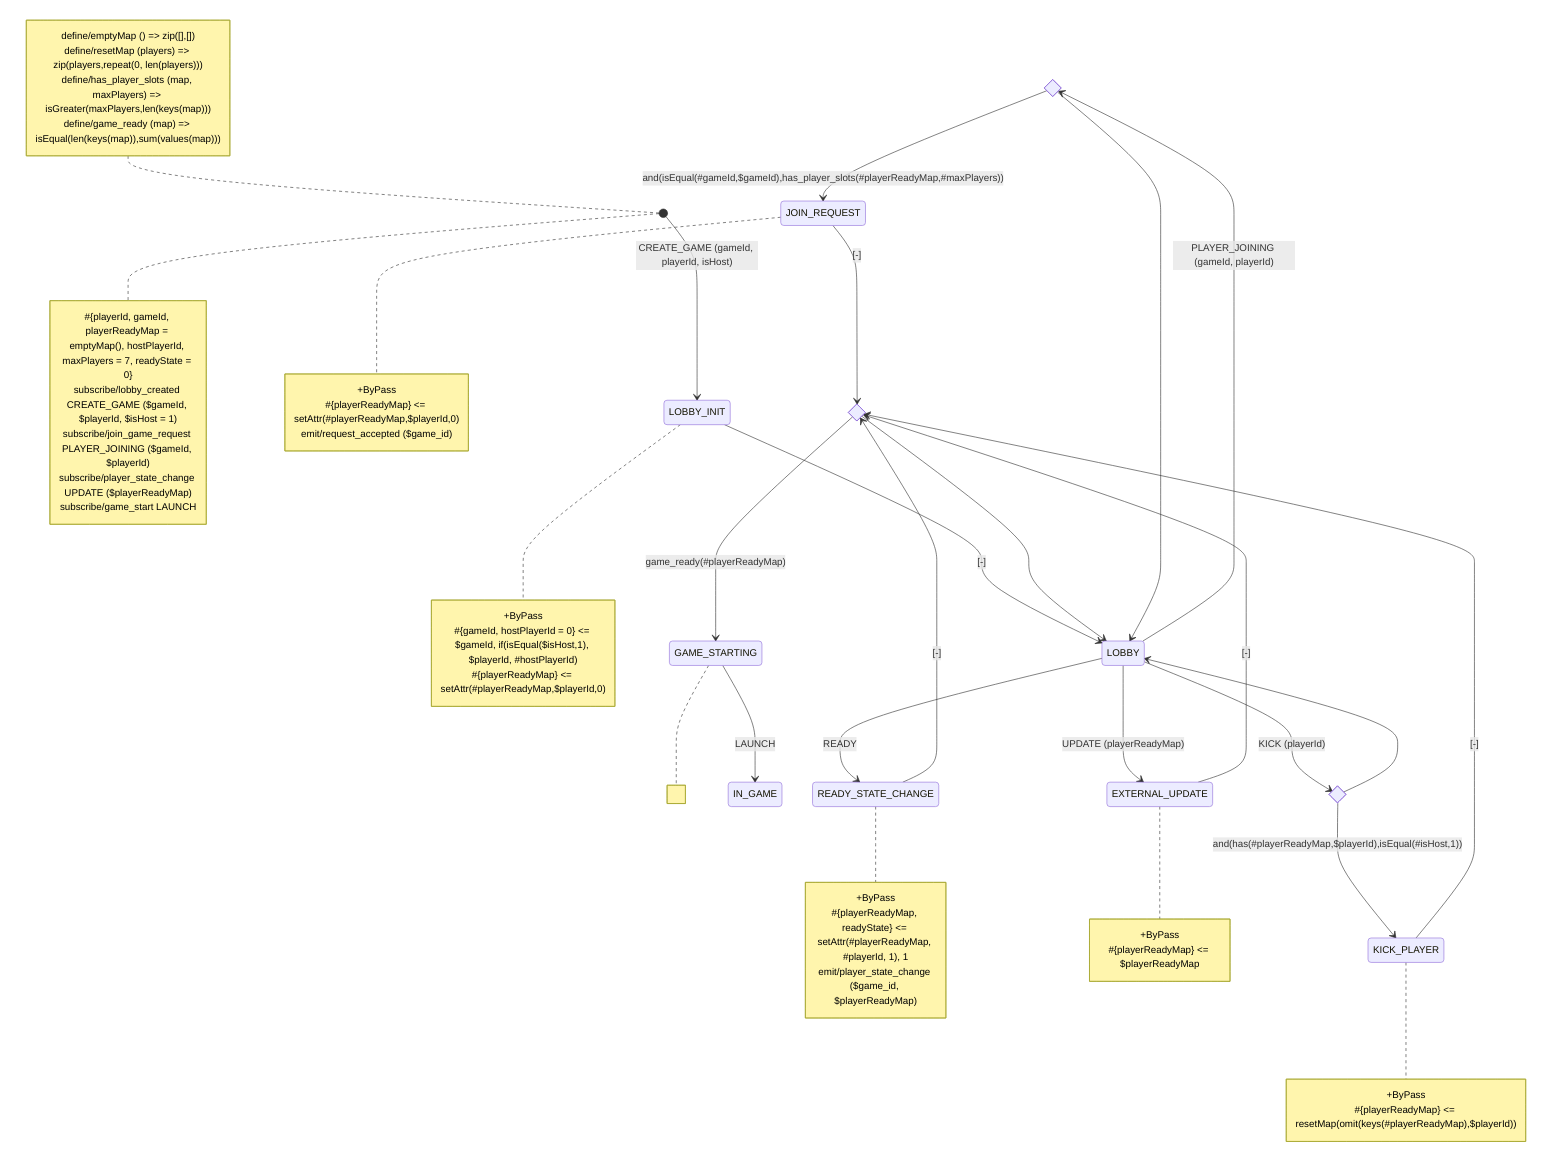
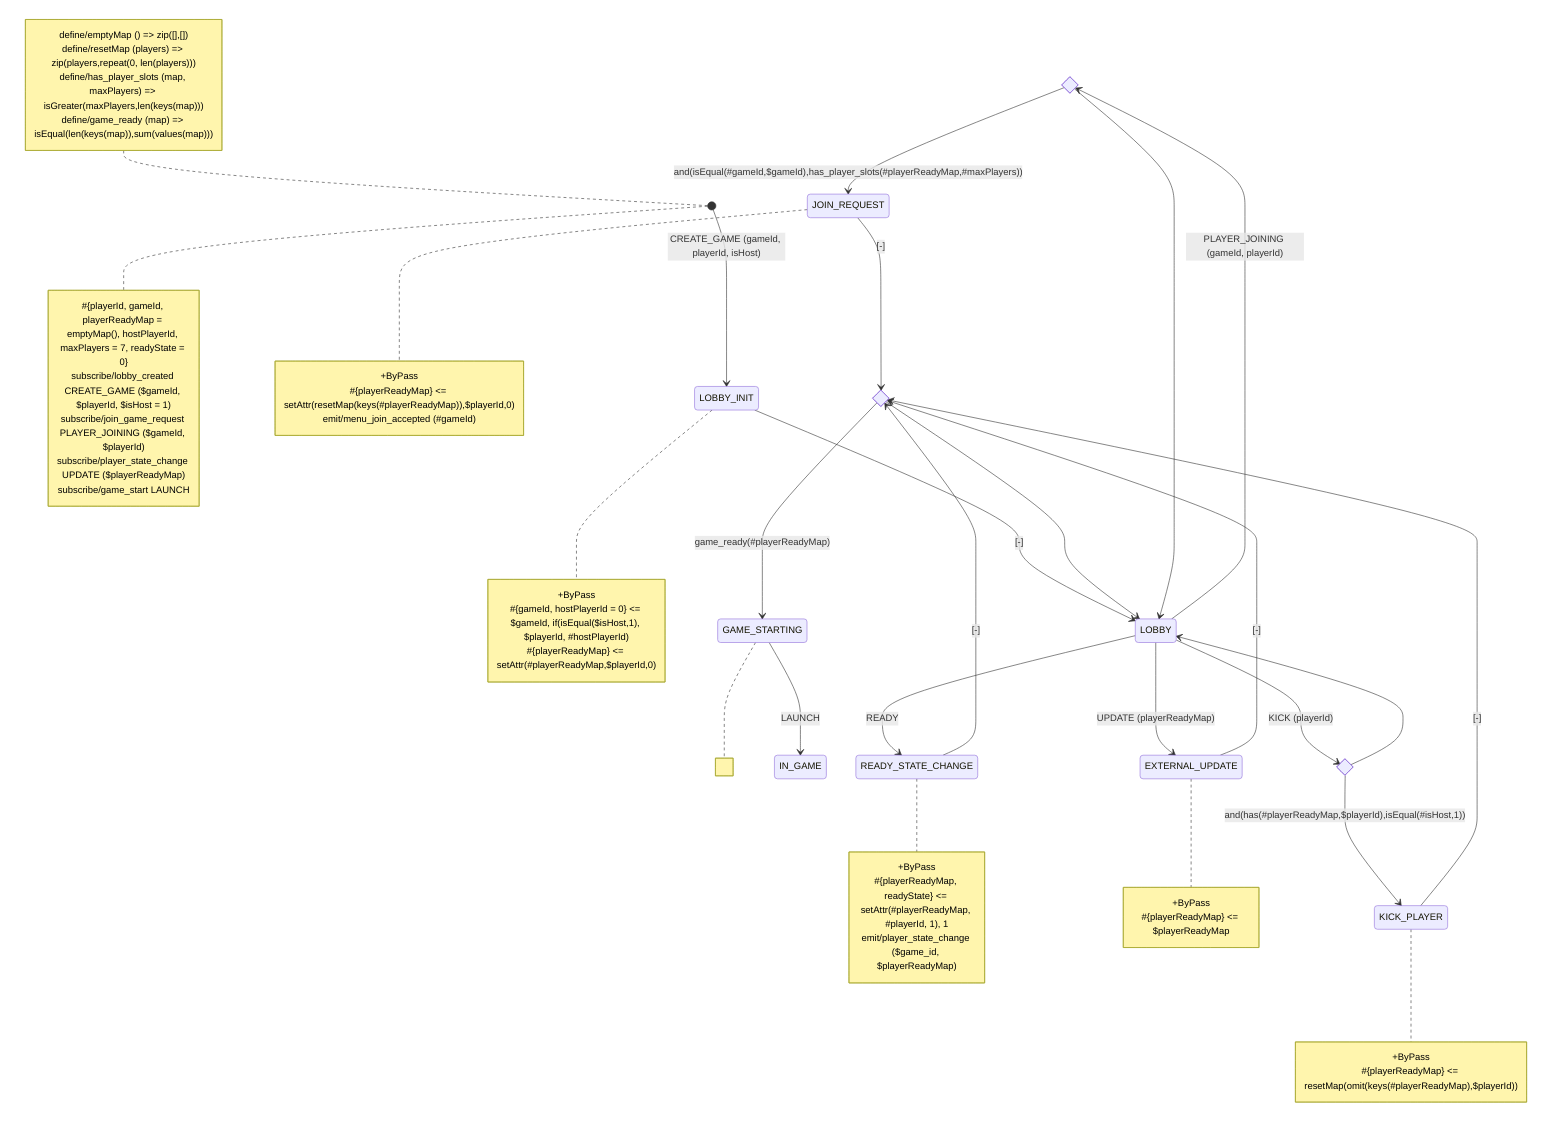
stateDiagram-v2
    state hasSpace <<choice>>
    state canKick <<choice>>
    state gameReady <<choice>>
    [*] --> LOBBY_INIT: CREATE_GAME (gameId, playerId, isHost)
    LOBBY --> hasSpace: PLAYER_JOINING (gameId, playerId)
    hasSpace --> JOIN_REQUEST: and(isEqual(#gameId,$gameId),has_player_slots(#playerReadyMap,#maxPlayers))
    LOBBY_INIT --> LOBBY: [-]
    LOBBY --> EXTERNAL_UPDATE: UPDATE (playerReadyMap)
    LOBBY-->canKick: KICK (playerId)
    canKick-->KICK_PLAYER: and(has(#playerReadyMap,$playerId),isEqual(#isHost,1))
    KICK_PLAYER-->gameReady: [-]
    LOBBY --> READY_STATE_CHANGE: READY
    READY_STATE_CHANGE --> gameReady: [-]
    EXTERNAL_UPDATE --> gameReady: [-]
    JOIN_REQUEST --> gameReady: [-]
    gameReady --> GAME_STARTING: game_ready(#playerReadyMap)
    gameReady --> LOBBY
    hasSpace -->LOBBY
    canKick --> LOBBY
    GAME_STARTING-->IN_GAME: LAUNCH

note left of [*]
define/emptyMap () => zip([],[])
define/resetMap (players) => zip(players,repeat(0, len(players)))
define/has_player_slots (map, maxPlayers) => isGreater(maxPlayers,len(keys(map)))
define/game_ready (map) => isEqual(len(keys(map)),sum(values(map)))
end note

note right of [*]
#{playerId, gameId, playerReadyMap = emptyMap(), hostPlayerId, maxPlayers = 7, readyState = 0}
subscribe/lobby_created CREATE_GAME ($gameId, $playerId, $isHost = 1)
subscribe/join_game_request PLAYER_JOINING ($gameId, $playerId)
subscribe/player_state_change UPDATE ($playerReadyMap)
subscribe/game_start LAUNCH
end note

note right of LOBBY_INIT
+ByPass
#{gameId, hostPlayerId = 0} <= $gameId, if(isEqual($isHost,1), $playerId, #hostPlayerId)
#{playerReadyMap} <= setAttr(#playerReadyMap,$playerId,0)
end note

note right of JOIN_REQUEST
+ByPass
- #{playerReadyMap} <= setAttr(#playerReadyMap,$playerId,0)
- emit/request_accepted ($game_id)
+ #{playerReadyMap} <= setAttr(resetMap(keys(#playerReadyMap)),$playerId,0)
+ emit/menu_join_accepted (#gameId)
end note

note right of KICK_PLAYER
+ByPass
#{playerReadyMap} <= resetMap(omit(keys(#playerReadyMap),$playerId))
end note

note right of READY_STATE_CHANGE
+ByPass
#{playerReadyMap, readyState} <= setAttr(#playerReadyMap, #playerId, 1), 1
emit/player_state_change ($game_id, $playerReadyMap)
end note

note right of EXTERNAL_UPDATE
+ByPass
#{playerReadyMap} <= $playerReadyMap
end note

note right of GAME_STARTING
%%emit/game_start (#gameId, #playerIds) <= #{gameId, playerIds = keys(#playerReadyMap)}
end note
